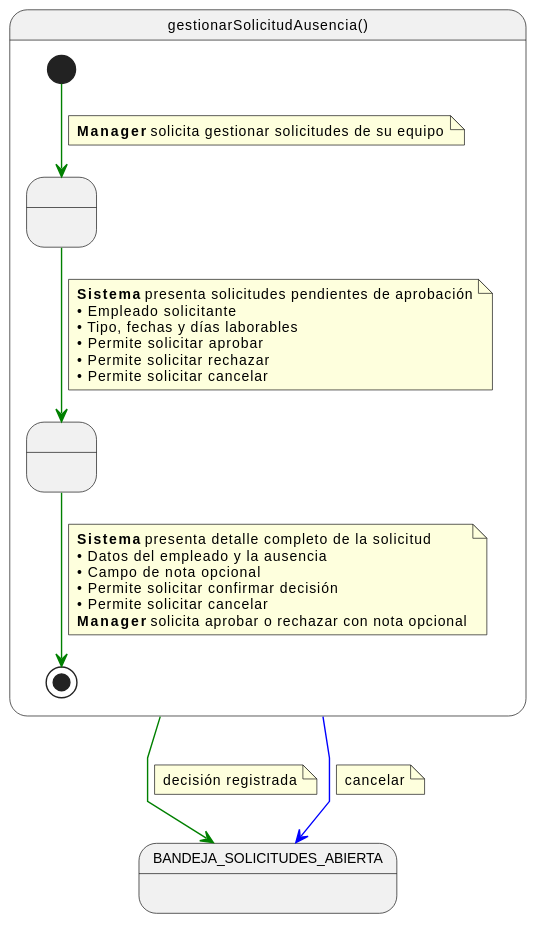
Above: modelosUML/svg/cuGestionarSolicitudAusencia.svg in lostal/seven-suite (PlantUML), before the change.
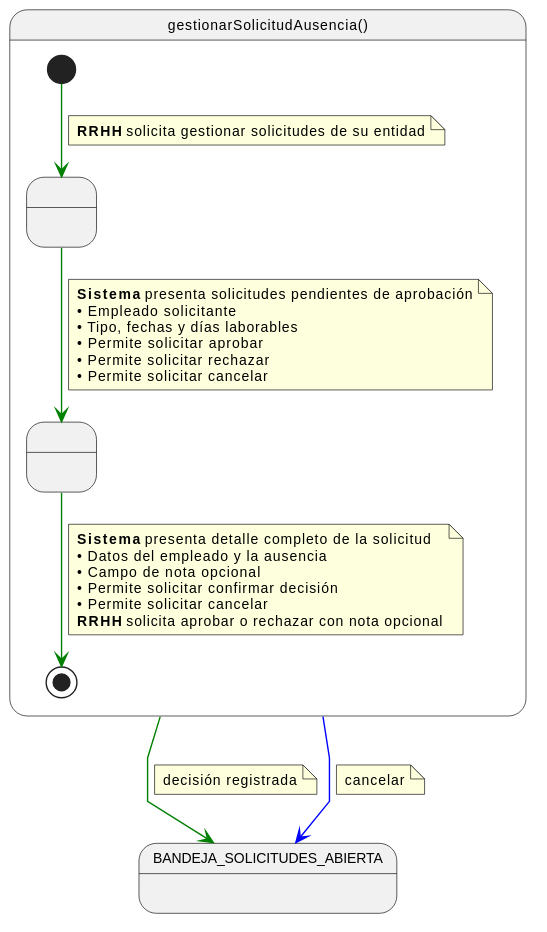
Above is the later version.

Change to the diagram source:
```diff
@@ -1,4 +1,6 @@
 @startuml
+skinparam backgroundColor #FFFFFF
+
 skinparam linetype polyline
 skinparam defaultFontName Arial
 skinparam defaultFontSize 10
@@ -9,7 +11,7 @@
 
   [*] -[#green]-> RevisandoSolicitudes
   note on link
-    <b>Manager</b> solicita gestionar solicitudes de su equipo
+    <b>RRHH</b> solicita gestionar solicitudes de su entidad
   end note
 
   RevisandoSolicitudes -[#green]-> Decidiendo
@@ -29,7 +31,7 @@
     • Campo de nota opcional
     • Permite solicitar confirmar decisión
     • Permite solicitar cancelar
-    <b>Manager</b> solicita aprobar o rechazar con nota opcional
+    <b>RRHH</b> solicita aprobar o rechazar con nota opcional
   end note
 }
 
```
